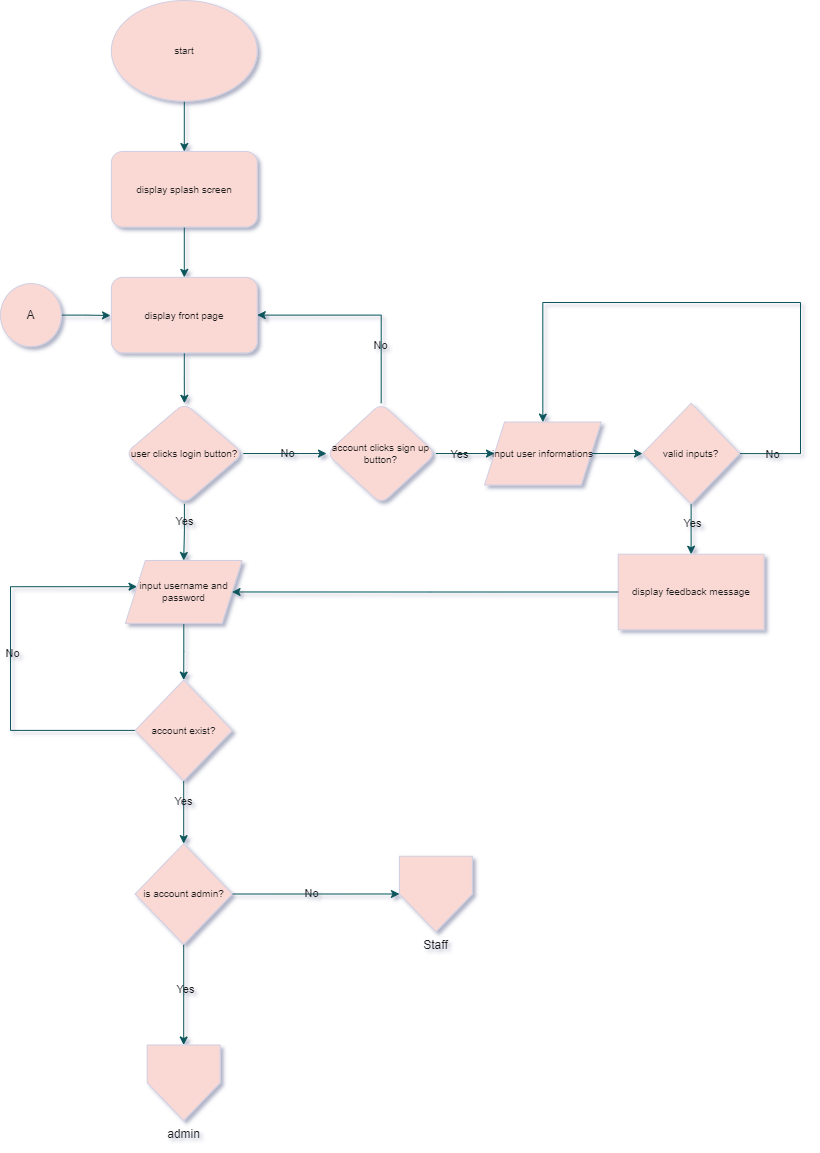
The draw.io diagram Files/login_flowchart-start page.drawio.png in archieamas11/queenz_inventory_system, before a commit. Source tidied: cells renumbered, new cells last; positions are measured from the earlier drawing's top-left corner, leaving out a move shared by most shapes. Its diagram source:
```xml
<mxGraphModel shadow="1">
  <root>
    <mxCell id="0" />
    <mxCell id="1" parent="0" />
    <mxCell id="2" style="edgeStyle=orthogonalEdgeStyle;rounded=1;jettySize=auto;html=1;labelBackgroundColor=none;fontColor=default;fontStyle=0;strokeColor=#09555B;" parent="1" edge="1" source="3" target="5">
      <mxGeometry relative="1" as="geometry" />
    </mxCell>
    <mxCell id="3" value="&lt;font style=&quot;font-size: 10px;&quot;&gt;start&lt;/font&gt;" style="ellipse;whiteSpace=wrap;html=1;labelBackgroundColor=none;rounded=1;fontStyle=0;strokeColor=#D0CEE2;fillColor=#FAD9D5;fontColor=#1A1A1A;" parent="1" vertex="1">
      <mxGeometry x="110.9" width="145.8" height="100.7" as="geometry" />
    </mxCell>
    <mxCell id="4" style="edgeStyle=orthogonalEdgeStyle;rounded=1;jettySize=auto;html=1;labelBackgroundColor=none;fontColor=default;fontStyle=0;strokeColor=#09555B;" parent="1" edge="1" source="5" target="7">
      <mxGeometry relative="1" as="geometry" />
    </mxCell>
    <mxCell id="5" value="display splash screen" style="rounded=1;whiteSpace=wrap;html=1;labelBackgroundColor=none;fontSize=10;fontStyle=0;strokeColor=#D0CEE2;fillColor=#FAD9D5;fontColor=#1A1A1A;" parent="1" vertex="1">
      <mxGeometry x="110.9" y="151" width="145.8" height="75.5" as="geometry" />
    </mxCell>
    <mxCell id="6" style="edgeStyle=orthogonalEdgeStyle;rounded=0;hachureGap=4;jettySize=auto;html=1;fontFamily=Architects Daughter;fontSource=https%3A%2F%2Ffonts.googleapis.com%2Fcss%3Ffamily%3DArchitects%2BDaughter;fontStyle=0;strokeColor=#09555B;labelBackgroundColor=none;fontColor=default;" parent="1" edge="1" source="7" target="12">
      <mxGeometry relative="1" as="geometry" />
    </mxCell>
    <mxCell id="7" value="display front page" style="rounded=1;whiteSpace=wrap;html=1;labelBackgroundColor=none;fontSize=10;fontStyle=0;strokeColor=#D0CEE2;fillColor=#FAD9D5;fontColor=#1A1A1A;" parent="1" vertex="1">
      <mxGeometry x="110.9" y="276.9" width="145.8" height="75.5" as="geometry" />
    </mxCell>
    <mxCell id="8" style="edgeStyle=orthogonalEdgeStyle;rounded=0;hachureGap=4;jettySize=auto;html=1;entryX=0.5;entryY=0;entryDx=0;entryDy=0;fontFamily=Architects Daughter;fontSource=https%3A%2F%2Ffonts.googleapis.com%2Fcss%3Ffamily%3DArchitects%2BDaughter;labelBackgroundColor=none;strokeColor=#09555B;fontColor=default;" parent="1" edge="1" source="12" target="14">
      <mxGeometry relative="1" as="geometry" />
    </mxCell>
    <mxCell id="9" value="Yes" style="edgeLabel;html=1;align=center;verticalAlign=middle;labelBackgroundColor=none;fontColor=#1A1A1A;" parent="8" vertex="1">
      <mxGeometry x="-0.41" relative="1" as="geometry" />
    </mxCell>
    <mxCell id="10" style="edgeStyle=orthogonalEdgeStyle;rounded=0;jettySize=auto;html=1;labelBackgroundColor=none;strokeColor=#09555B;fontColor=default;" parent="1" edge="1" source="12" target="31">
      <mxGeometry relative="1" as="geometry" />
    </mxCell>
    <mxCell id="11" value="No" style="edgeLabel;html=1;align=center;verticalAlign=middle;labelBackgroundColor=none;fontColor=#1A1A1A;" parent="10" vertex="1">
      <mxGeometry x="0.07" y="1" relative="1" as="geometry" />
    </mxCell>
    <mxCell id="12" value="user clicks login button?" style="rhombus;whiteSpace=wrap;html=1;rounded=1;labelBackgroundColor=none;fontSize=10;fontStyle=0;labelBorderColor=none;strokeColor=#D0CEE2;fillColor=#FAD9D5;fontColor=#1A1A1A;" parent="1" vertex="1">
      <mxGeometry x="124.9" y="402.7" width="117.9" height="100.7" as="geometry" />
    </mxCell>
    <mxCell id="13" style="edgeStyle=orthogonalEdgeStyle;rounded=0;jettySize=auto;html=1;labelBackgroundColor=none;strokeColor=#09555B;fontColor=default;" parent="1" edge="1" source="14" target="19">
      <mxGeometry relative="1" as="geometry" />
    </mxCell>
    <mxCell id="14" value="input username and password" style="shape=parallelogram;perimeter=parallelogramPerimeter;whiteSpace=wrap;html=1;fixedSize=1;hachureGap=4;fontFamily=Helvetica;fontSize=10;labelBackgroundColor=none;fillColor=#FAD9D5;strokeColor=#D0CEE2;fontColor=#1A1A1A;" parent="1" vertex="1">
      <mxGeometry x="124.9" y="560" width="116.7" height="62.9" as="geometry" />
    </mxCell>
    <mxCell id="15" style="edgeStyle=orthogonalEdgeStyle;rounded=0;jettySize=auto;html=1;labelBackgroundColor=none;strokeColor=#09555B;fontColor=default;" parent="1" edge="1" source="19" target="24">
      <mxGeometry relative="1" as="geometry" />
    </mxCell>
    <mxCell id="16" value="Yes" style="edgeLabel;html=1;align=center;verticalAlign=middle;labelBackgroundColor=none;fontColor=#1A1A1A;" parent="15" vertex="1">
      <mxGeometry x="-0.37" y="-1" relative="1" as="geometry" />
    </mxCell>
    <mxCell id="17" style="edgeStyle=orthogonalEdgeStyle;rounded=0;jettySize=auto;html=1;entryX=0.1;entryY=0.416;entryDx=0;entryDy=0;entryPerimeter=0;labelBackgroundColor=none;strokeColor=#09555B;fontColor=default;" parent="1" edge="1" source="19" target="14">
      <mxGeometry relative="1" as="geometry">
        <Array as="points">
          <mxPoint x="10" y="729.9" />
          <mxPoint x="10" y="586.4" />
        </Array>
      </mxGeometry>
    </mxCell>
    <mxCell id="18" value="No" style="edgeLabel;html=1;align=center;verticalAlign=middle;labelBackgroundColor=none;fontColor=#1A1A1A;" parent="17" vertex="1">
      <mxGeometry x="0.02" y="-1" relative="1" as="geometry" />
    </mxCell>
    <mxCell id="19" value="account exist?" style="rhombus;whiteSpace=wrap;html=1;fontSize=10;hachureGap=4;labelBackgroundColor=none;fillColor=#FAD9D5;strokeColor=#D0CEE2;fontColor=#1A1A1A;" parent="1" vertex="1">
      <mxGeometry x="134.6" y="679.6" width="97.2" height="100.7" as="geometry" />
    </mxCell>
    <mxCell id="20" style="edgeStyle=orthogonalEdgeStyle;rounded=0;jettySize=auto;html=1;entryX=0.5;entryY=0;entryDx=0;entryDy=0;labelBackgroundColor=none;strokeColor=#09555B;fontColor=default;" parent="1" edge="1" source="24" target="25">
      <mxGeometry relative="1" as="geometry" />
    </mxCell>
    <mxCell id="21" value="Yes" style="edgeLabel;html=1;align=center;verticalAlign=middle;labelBackgroundColor=none;fontColor=#1A1A1A;" parent="20" vertex="1">
      <mxGeometry x="-0.1" y="1" relative="1" as="geometry" />
    </mxCell>
    <mxCell id="22" style="edgeStyle=orthogonalEdgeStyle;rounded=0;jettySize=auto;html=1;entryX=0;entryY=0.5;entryDx=0;entryDy=0;labelBackgroundColor=none;strokeColor=#09555B;fontColor=default;" parent="1" edge="1" source="24" target="26">
      <mxGeometry relative="1" as="geometry" />
    </mxCell>
    <mxCell id="23" value="No" style="edgeLabel;html=1;align=center;verticalAlign=middle;labelBackgroundColor=none;fontColor=#1A1A1A;" parent="22" vertex="1">
      <mxGeometry x="-0.06" y="1" relative="1" as="geometry" />
    </mxCell>
    <mxCell id="24" value="is account admin?" style="rhombus;whiteSpace=wrap;html=1;fontSize=10;hachureGap=4;labelBackgroundColor=none;fillColor=#FAD9D5;strokeColor=#D0CEE2;fontColor=#1A1A1A;" parent="1" vertex="1">
      <mxGeometry x="134.6" y="843.1" width="97.2" height="100.7" as="geometry" />
    </mxCell>
    <mxCell id="25" value="admin" style="verticalLabelPosition=bottom;verticalAlign=top;html=1;shape=offPageConnector;rounded=0;size=0.5;labelBackgroundColor=none;fillColor=#FAD9D5;strokeColor=#D0CEE2;fontColor=#1A1A1A;" parent="1" vertex="1">
      <mxGeometry x="146.7" y="1044.5" width="72.9" height="75.5" as="geometry" />
    </mxCell>
    <mxCell id="26" value="Staff" style="verticalLabelPosition=bottom;verticalAlign=top;html=1;shape=offPageConnector;rounded=0;size=0.5;labelBackgroundColor=none;fillColor=#FAD9D5;strokeColor=#D0CEE2;fontColor=#1A1A1A;" parent="1" vertex="1">
      <mxGeometry x="398.9" y="855.7" width="72.9" height="75.5" as="geometry" />
    </mxCell>
    <mxCell id="27" style="edgeStyle=orthogonalEdgeStyle;rounded=0;jettySize=auto;html=1;labelBackgroundColor=none;strokeColor=#09555B;fontColor=default;" parent="1" edge="1" source="31" target="33">
      <mxGeometry relative="1" as="geometry" />
    </mxCell>
    <mxCell id="28" value="Yes" style="edgeLabel;html=1;align=center;verticalAlign=middle;labelBackgroundColor=none;fontColor=#1A1A1A;" parent="27" vertex="1">
      <mxGeometry x="-0.21" relative="1" as="geometry" />
    </mxCell>
    <mxCell id="29" style="edgeStyle=orthogonalEdgeStyle;rounded=0;jettySize=auto;html=1;entryX=1;entryY=0.5;entryDx=0;entryDy=0;exitX=0.5;exitY=0;exitDx=0;exitDy=0;labelBackgroundColor=none;strokeColor=#09555B;fontColor=default;" parent="1" edge="1" source="31" target="7">
      <mxGeometry relative="1" as="geometry">
        <Array as="points">
          <mxPoint x="380.7" y="314.6" />
        </Array>
      </mxGeometry>
    </mxCell>
    <mxCell id="30" value="No" style="edgeLabel;html=1;align=center;verticalAlign=middle;labelBackgroundColor=none;fontColor=#1A1A1A;" parent="29" vertex="1">
      <mxGeometry x="-0.04" y="-2" relative="1" as="geometry">
        <mxPoint x="13" y="32" as="offset" />
      </mxGeometry>
    </mxCell>
    <mxCell id="31" value="account clicks sign up button?" style="rhombus;whiteSpace=wrap;html=1;fontSize=10;rounded=1;labelBackgroundColor=none;fontStyle=0;labelBorderColor=none;fillColor=#FAD9D5;strokeColor=#D0CEE2;fontColor=#1A1A1A;" parent="1" vertex="1">
      <mxGeometry x="326" y="402.7" width="109.4" height="100.7" as="geometry" />
    </mxCell>
    <mxCell id="32" style="edgeStyle=orthogonalEdgeStyle;rounded=0;jettySize=auto;html=1;labelBackgroundColor=none;strokeColor=#09555B;fontColor=default;" parent="1" edge="1" source="33" target="40">
      <mxGeometry relative="1" as="geometry" />
    </mxCell>
    <mxCell id="33" value="input user informations" style="shape=parallelogram;perimeter=parallelogramPerimeter;whiteSpace=wrap;html=1;fixedSize=1;hachureGap=4;fontFamily=Helvetica;fontSize=10;labelBackgroundColor=none;fillColor=#FAD9D5;strokeColor=#D0CEE2;fontColor=#1A1A1A;" parent="1" vertex="1">
      <mxGeometry x="484" y="421.6" width="116.7" height="62.9" as="geometry" />
    </mxCell>
    <mxCell id="34" style="edgeStyle=orthogonalEdgeStyle;rounded=0;jettySize=auto;html=1;strokeColor=#09555B;fontColor=#1A1A1A;" parent="1" edge="1" source="35">
      <mxGeometry relative="1" as="geometry">
        <mxPoint x="110" y="315" as="targetPoint" />
      </mxGeometry>
    </mxCell>
    <mxCell id="35" value="A" style="ellipse;whiteSpace=wrap;html=1;labelBackgroundColor=none;rounded=1;fontStyle=0;fillColor=#FAD9D5;strokeColor=#D0CEE2;fontColor=#1A1A1A;rotation=0;" parent="1" vertex="1">
      <mxGeometry y="283.1" width="60.8" height="62.9" as="geometry" />
    </mxCell>
    <mxCell id="36" style="edgeStyle=orthogonalEdgeStyle;rounded=0;jettySize=auto;html=1;labelBackgroundColor=none;strokeColor=#09555B;fontColor=default;" parent="1" edge="1" source="40" target="41">
      <mxGeometry relative="1" as="geometry" />
    </mxCell>
    <mxCell id="37" value="Yes" style="edgeLabel;html=1;align=center;verticalAlign=middle;labelBackgroundColor=none;fontColor=#1A1A1A;" parent="36" vertex="1">
      <mxGeometry x="-0.25" y="1" relative="1" as="geometry" />
    </mxCell>
    <mxCell id="38" style="edgeStyle=orthogonalEdgeStyle;rounded=0;jettySize=auto;html=1;entryX=0.5;entryY=0;entryDx=0;entryDy=0;labelBackgroundColor=none;strokeColor=#09555B;fontColor=default;" parent="1" edge="1" source="40" target="33">
      <mxGeometry relative="1" as="geometry">
        <Array as="points">
          <mxPoint x="800" y="453" />
          <mxPoint x="800" y="302" />
          <mxPoint x="542.3" y="302" />
        </Array>
      </mxGeometry>
    </mxCell>
    <mxCell id="39" value="No" style="edgeLabel;html=1;align=center;verticalAlign=middle;labelBackgroundColor=none;fontColor=#1A1A1A;" parent="38" vertex="1">
      <mxGeometry x="-0.89" relative="1" as="geometry" />
    </mxCell>
    <mxCell id="40" value="valid inputs?" style="rhombus;whiteSpace=wrap;html=1;fontSize=10;hachureGap=4;labelBackgroundColor=none;fillColor=#FAD9D5;strokeColor=#D0CEE2;fontColor=#1A1A1A;" parent="1" vertex="1">
      <mxGeometry x="642" y="402.7" width="97.2" height="100.7" as="geometry" />
    </mxCell>
    <mxCell id="41" value="display feedback message" style="whiteSpace=wrap;html=1;fontSize=10;hachureGap=4;labelBackgroundColor=none;fillColor=#FAD9D5;strokeColor=#D0CEE2;fontColor=#1A1A1A;" parent="1" vertex="1">
      <mxGeometry x="617.7" y="553.7" width="145.8" height="75.5" as="geometry" />
    </mxCell>
    <mxCell id="42" style="edgeStyle=orthogonalEdgeStyle;rounded=0;jettySize=auto;html=1;entryX=1;entryY=0.5;entryDx=0;entryDy=0;labelBackgroundColor=none;strokeColor=#09555B;fontColor=default;" parent="1" edge="1" source="41" target="14">
      <mxGeometry relative="1" as="geometry" />
    </mxCell>
  </root>
</mxGraphModel>
```
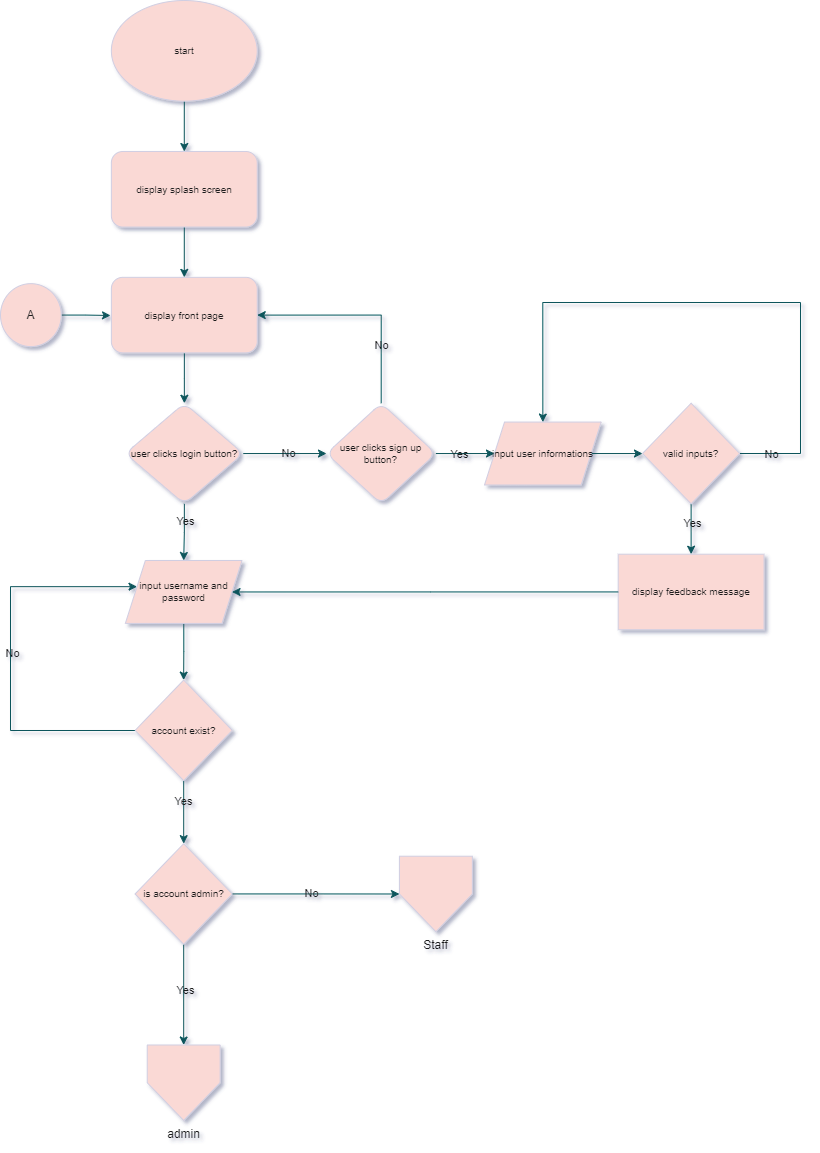
Above is the later version.

Change to the diagram source:
```diff
@@ -100,7 +100,7 @@
         <mxPoint x="13" y="32" as="offset" />
       </mxGeometry>
     </mxCell>
-    <mxCell id="31" value="account clicks sign up button?" style="rhombus;whiteSpace=wrap;html=1;fontSize=10;rounded=1;labelBackgroundColor=none;fontStyle=0;labelBorderColor=none;fillColor=#FAD9D5;strokeColor=#D0CEE2;fontColor=#1A1A1A;" parent="1" vertex="1">
+    <mxCell id="31" value="user clicks sign up button?" style="rhombus;whiteSpace=wrap;html=1;fontSize=10;rounded=1;labelBackgroundColor=none;fontStyle=0;labelBorderColor=none;fillColor=#FAD9D5;strokeColor=#D0CEE2;fontColor=#1A1A1A;" parent="1" vertex="1">
       <mxGeometry x="326" y="402.7" width="109.4" height="100.7" as="geometry" />
     </mxCell>
     <mxCell id="32" style="edgeStyle=orthogonalEdgeStyle;rounded=0;jettySize=auto;html=1;labelBackgroundColor=none;strokeColor=#09555B;fontColor=default;" parent="1" edge="1" source="33" target="40">
```
